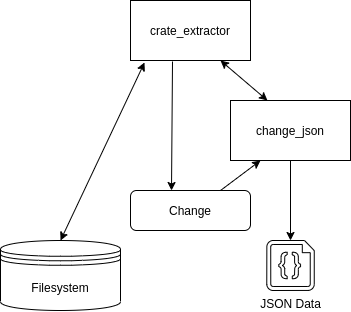
Before: architecture2.png, a diagram exported from draw.io (use-ink/ink-playground). Source tidied: cells renumbered, new cells last; positions are measured from the earlier drawing's top-left corner, leaving out a move shared by most shapes.
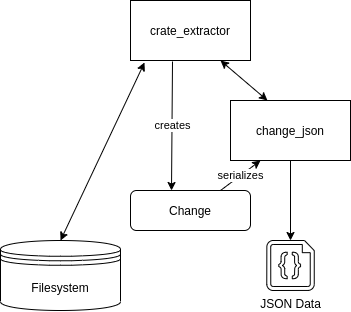
Above is the later version.

Change to the diagram source:
```diff
@@ -20,13 +20,13 @@
     <mxCell id="7" value="JSON Data" style="verticalLabelPosition=bottom;html=1;verticalAlign=top;align=center;shape=mxgraph.azure.code_file;" parent="1" vertex="1">
       <mxGeometry x="266.2" y="240" width="47.5" height="50" as="geometry" />
     </mxCell>
-    <mxCell id="8" style="endArrow=classic;html=1;exitX=0.75;exitY=0;exitDx=0;exitDy=0;entryX=0.25;entryY=1;entryDx=0;entryDy=0;" parent="1" edge="1" source="2" target="5">
+    <mxCell id="8" value="serializes" style="endArrow=classic;html=1;exitX=0.75;exitY=0;exitDx=0;exitDy=0;entryX=0.25;entryY=1;entryDx=0;entryDy=0;" parent="1" edge="1" source="2" target="5">
       <mxGeometry relative="1" as="geometry" />
     </mxCell>
     <mxCell id="9" style="endArrow=classic;html=1;exitX=0.5;exitY=1;exitDx=0;exitDy=0;entryX=0.5;entryY=0;entryDx=0;entryDy=0;entryPerimeter=0;" parent="1" edge="1" source="5" target="7">
       <mxGeometry relative="1" as="geometry" />
     </mxCell>
-    <mxCell id="10" style="endArrow=classic;html=1;exitX=0.35;exitY=1.017;exitDx=0;exitDy=0;exitPerimeter=0;" parent="1" edge="1" source="3">
+    <mxCell id="10" value="creates" style="endArrow=classic;html=1;exitX=0.35;exitY=1.017;exitDx=0;exitDy=0;exitPerimeter=0;" parent="1" edge="1" source="3">
       <mxGeometry relative="1" as="geometry">
         <mxPoint x="171" y="190" as="targetPoint" />
       </mxGeometry>
```
